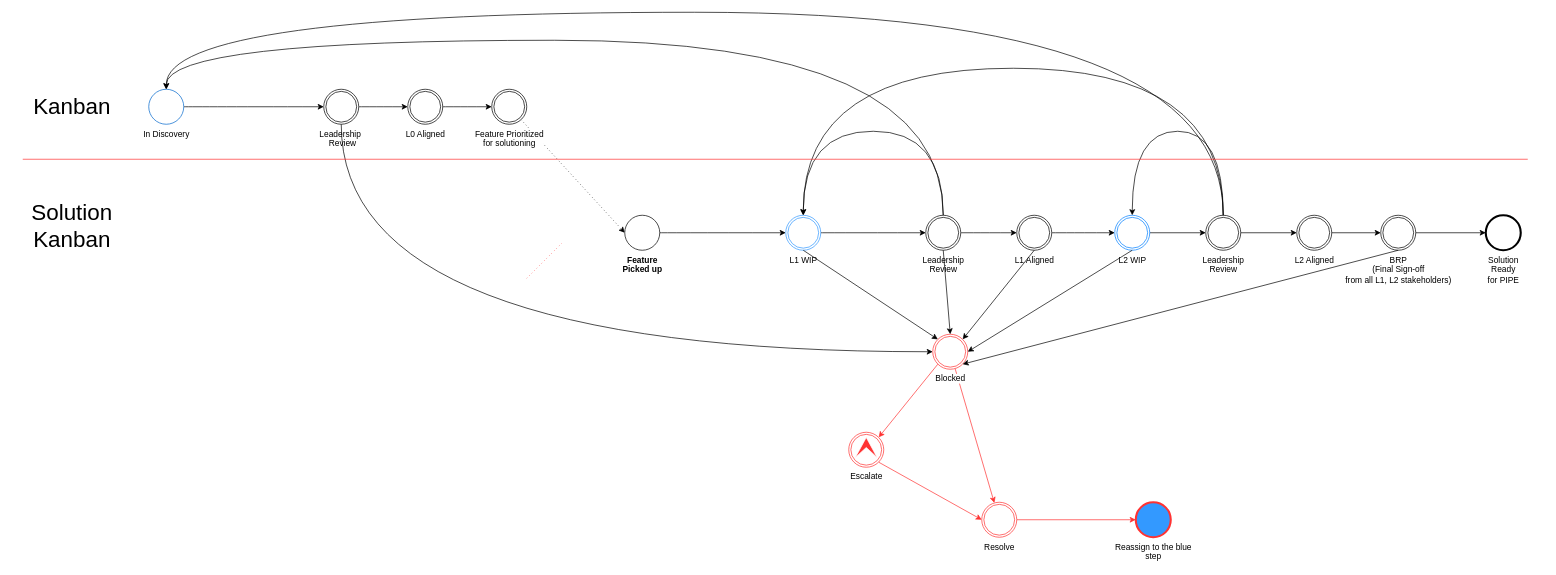
Above: State Diagram.drawio in gaurjain/drawio (draw.io), before the change. Source tidied: cells renumbered, new cells numbered last; positions are measured from the earlier drawing's top-left corner, leaving out a move shared by most shapes. Both pictures are drawn from the tidied source at 70%, with x=0, y=0 at pixel (22, 12).
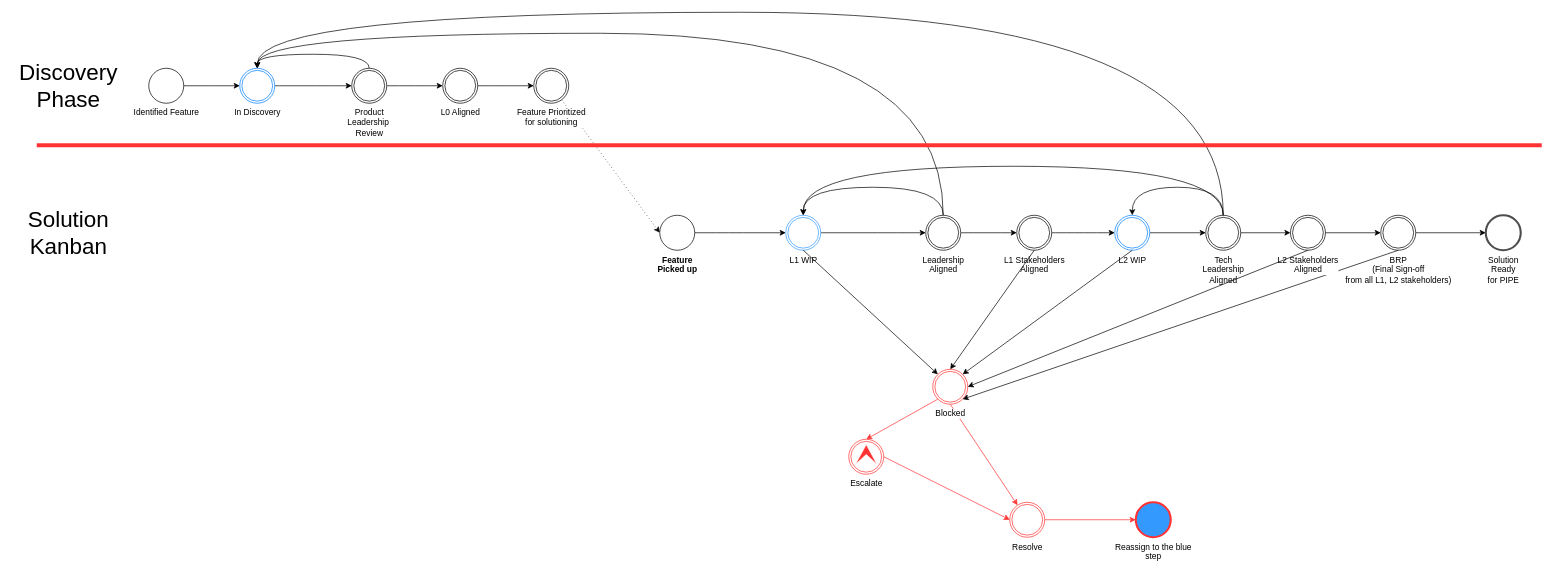
Above is the later version.

The change refers to these unchanged cells:
```xml
<mxCell id="7" value="L1 WIP" style="shape=mxgraph.bpmn.shape;html=1;verticalLabelPosition=bottom;labelBackgroundColor=#ffffff;verticalAlign=top;align=center;perimeter=ellipsePerimeter;outlineConnect=0;outline=throwing;symbol=general;strokeColor=#3399FF;" parent="1" vertex="1">
  <mxGeometry x="1090" y="290" width="50" height="50" as="geometry" />
</mxCell>
<mxCell id="14" value="L2 WIP" style="shape=mxgraph.bpmn.shape;html=1;verticalLabelPosition=bottom;labelBackgroundColor=#ffffff;verticalAlign=top;align=center;perimeter=ellipsePerimeter;outlineConnect=0;outline=throwing;symbol=general;strokeColor=#007FFF;" parent="1" vertex="1">
  <mxGeometry x="1560" y="290" width="50" height="50" as="geometry" />
</mxCell>
<mxCell id="32" value="BRP&lt;br&gt;(Final Sign-off&lt;br&gt;from all L1, L2 stakeholders)" style="shape=mxgraph.bpmn.shape;html=1;verticalLabelPosition=bottom;labelBackgroundColor=#ffffff;verticalAlign=top;align=center;perimeter=ellipsePerimeter;outlineConnect=0;outline=throwing;symbol=general;" parent="1" vertex="1">
  <mxGeometry x="1940" y="290" width="50" height="50" as="geometry" />
</mxCell>
```

What changed in the source:
```diff
@@
-    <mxCell id="2" style="edgeStyle=orthogonalEdgeStyle;rounded=0;jettySize=auto;html=1;entryX=0;entryY=0.5;entryDx=0;entryDy=0;curved=1;exitX=1;exitY=0.5;exitDx=0;exitDy=0;" parent="1" edge="1" source="3" target="5">
+    <mxCell id="2" style="edgeStyle=orthogonalEdgeStyle;rounded=0;jettySize=auto;html=1;entryX=0;entryY=0.5;entryDx=0;entryDy=0;curved=1;exitX=1;exitY=0.5;exitDx=0;exitDy=0;" parent="1" edge="1" source="50" target="5">
       <mxGeometry relative="1" as="geometry" />
     </mxCell>
-    <mxCell id="3" value="In Discovery" style="shape=mxgraph.bpmn.shape;html=1;verticalLabelPosition=bottom;labelBackgroundColor=#ffffff;verticalAlign=top;align=center;perimeter=ellipsePerimeter;outlineConnect=0;outline=standard;symbol=general;strokeColor=#0066CC;" parent="1" vertex="1">
-      <mxGeometry x="180" y="110" width="50" height="50" as="geometry" />
+    <mxCell id="3" value="Identified Feature" style="shape=mxgraph.bpmn.shape;html=1;verticalLabelPosition=bottom;labelBackgroundColor=#ffffff;verticalAlign=top;align=center;perimeter=ellipsePerimeter;outlineConnect=0;outline=standard;symbol=general;strokeColor=#000000;" parent="1" vertex="1">
+      <mxGeometry x="180" y="80" width="50" height="50" as="geometry" />
     </mxCell>
@@
-    <mxCell id="5" value="Leadership&amp;nbsp;&lt;br&gt;&amp;nbsp;Review" style="shape=mxgraph.bpmn.shape;html=1;verticalLabelPosition=bottom;labelBackgroundColor=#ffffff;verticalAlign=top;align=center;perimeter=ellipsePerimeter;outlineConnect=0;outline=throwing;symbol=general;" parent="1" vertex="1">
-      <mxGeometry x="430" y="110" width="50" height="50" as="geometry" />
+    <mxCell id="5" value="Product&lt;br&gt;Leadership&amp;nbsp;&lt;br&gt;Review" style="shape=mxgraph.bpmn.shape;html=1;verticalLabelPosition=bottom;labelBackgroundColor=#ffffff;verticalAlign=top;align=center;perimeter=ellipsePerimeter;outlineConnect=0;outline=throwing;symbol=general;" parent="1" vertex="1">
+      <mxGeometry x="470" y="80" width="50" height="50" as="geometry" />
     </mxCell>
@@
     <mxCell id="9" style="edgeStyle=orthogonalEdgeStyle;curved=1;rounded=0;jettySize=auto;html=1;entryX=0.5;entryY=0;entryDx=0;entryDy=0;exitX=0.5;exitY=0;exitDx=0;exitDy=0;" parent="1" edge="1" source="10" target="7">
       <mxGeometry relative="1" as="geometry">
         <Array as="points">
-          <mxPoint x="1315" y="170" />
-          <mxPoint x="1115" y="170" />
+          <mxPoint x="1315" y="250" />
+          <mxPoint x="1115" y="250" />
         </Array>
       </mxGeometry>
     </mxCell>
-    <mxCell id="10" value="Leadership&lt;br&gt;Review" style="shape=mxgraph.bpmn.shape;html=1;verticalLabelPosition=bottom;labelBackgroundColor=#ffffff;verticalAlign=top;align=center;perimeter=ellipsePerimeter;outlineConnect=0;outline=throwing;symbol=general;" parent="1" vertex="1">
+    <mxCell id="10" value="Leadership&lt;br&gt;Aligned" style="shape=mxgraph.bpmn.shape;html=1;verticalLabelPosition=bottom;labelBackgroundColor=#ffffff;verticalAlign=top;align=center;perimeter=ellipsePerimeter;outlineConnect=0;outline=throwing;symbol=general;" parent="1" vertex="1">
       <mxGeometry x="1290" y="290" width="50" height="50" as="geometry" />
     </mxCell>
@@
-    <mxCell id="12" value="L1 Aligned" style="shape=mxgraph.bpmn.shape;html=1;verticalLabelPosition=bottom;labelBackgroundColor=#ffffff;verticalAlign=top;align=center;perimeter=ellipsePerimeter;outlineConnect=0;outline=throwing;symbol=general;strokeColor=#000000;" parent="1" vertex="1">
+    <mxCell id="12" value="L1 Stakeholders&lt;br&gt;Aligned" style="shape=mxgraph.bpmn.shape;html=1;verticalLabelPosition=bottom;labelBackgroundColor=#ffffff;verticalAlign=top;align=center;perimeter=ellipsePerimeter;outlineConnect=0;outline=throwing;symbol=general;strokeColor=#000000;" parent="1" vertex="1">
       <mxGeometry x="1420" y="290" width="50" height="50" as="geometry" />
     </mxCell>
@@
     <mxCell id="16" value="L0 Aligned" style="shape=mxgraph.bpmn.shape;html=1;verticalLabelPosition=bottom;labelBackgroundColor=#ffffff;verticalAlign=top;align=center;perimeter=ellipsePerimeter;outlineConnect=0;outline=throwing;symbol=general;strokeColor=#000000;" parent="1" vertex="1">
-      <mxGeometry x="550" y="110" width="50" height="50" as="geometry" />
+      <mxGeometry x="600" y="80" width="50" height="50" as="geometry" />
     </mxCell>
-    <mxCell id="17" style="rounded=0;jettySize=auto;html=1;strokeColor=#FF3333;" parent="1" edge="1" source="18" target="29">
+    <mxCell id="17" style="rounded=0;jettySize=auto;html=1;strokeColor=#FF3333;exitX=0.5;exitY=1;exitDx=0;exitDy=0;" parent="1" edge="1" source="18" target="29">
       <mxGeometry relative="1" as="geometry" />
     </mxCell>
     <mxCell id="18" value="Blocked" style="shape=mxgraph.bpmn.shape;html=1;verticalLabelPosition=bottom;labelBackgroundColor=#ffffff;verticalAlign=top;align=center;perimeter=ellipsePerimeter;outlineConnect=0;outline=throwing;symbol=general;strokeColor=#FF3333;" parent="1" vertex="1">
-      <mxGeometry x="1300" y="460" width="50" height="50" as="geometry" />
+      <mxGeometry x="1300" y="510" width="50" height="50" as="geometry" />
     </mxCell>
-    <mxCell id="19" style="edgeStyle=orthogonalEdgeStyle;curved=1;rounded=0;jettySize=auto;html=1;entryX=0.5;entryY=0;entryDx=0;entryDy=0;exitX=0.5;exitY=0;exitDx=0;exitDy=0;" parent="1" edge="1" source="10" target="3">
+    <mxCell id="19" style="edgeStyle=orthogonalEdgeStyle;curved=1;rounded=0;jettySize=auto;html=1;entryX=0.5;entryY=0;entryDx=0;entryDy=0;exitX=0.5;exitY=0;exitDx=0;exitDy=0;" parent="1" edge="1" source="10" target="50">
       <mxGeometry relative="1" as="geometry">
         <Array as="points">
-          <mxPoint x="1315" y="40" />
-          <mxPoint x="205" y="40" />
+          <mxPoint x="1315" y="30" />
+          <mxPoint x="335" y="30" />
         </Array>
       </mxGeometry>
     </mxCell>
@@
-    <mxCell id="21" style="rounded=0;jettySize=auto;html=1;entryX=0.5;entryY=0;entryDx=0;entryDy=0;exitX=0.5;exitY=1;exitDx=0;exitDy=0;" parent="1" edge="1" source="10" target="18">
-      <mxGeometry relative="1" as="geometry" />
-    </mxCell>
-    <mxCell id="22" style="rounded=0;jettySize=auto;html=1;entryX=0.855;entryY=0.145;entryDx=0;entryDy=0;exitX=0.5;exitY=1;exitDx=0;exitDy=0;entryPerimeter=0;" parent="1" edge="1" source="12" target="18">
+    <mxCell id="22" style="rounded=0;jettySize=auto;html=1;entryX=0.5;entryY=0;entryDx=0;entryDy=0;exitX=0.5;exitY=1;exitDx=0;exitDy=0;" parent="1" edge="1" source="12" target="18">
       <mxGeometry relative="1" as="geometry" />
     </mxCell>
-    <mxCell id="23" style="rounded=0;jettySize=auto;html=1;entryX=1;entryY=0.5;entryDx=0;entryDy=0;exitX=0.5;exitY=1;exitDx=0;exitDy=0;" parent="1" edge="1" source="14" target="18">
+    <mxCell id="23" style="rounded=0;jettySize=auto;html=1;entryX=0.855;entryY=0.145;entryDx=0;entryDy=0;exitX=0.5;exitY=1;exitDx=0;exitDy=0;entryPerimeter=0;" parent="1" edge="1" source="14" target="18">
       <mxGeometry relative="1" as="geometry" />
     </mxCell>
-    <mxCell id="24" style="rounded=0;jettySize=auto;html=1;entryX=0;entryY=0.5;entryDx=0;entryDy=0;exitX=0.5;exitY=1;exitDx=0;exitDy=0;edgeStyle=orthogonalEdgeStyle;curved=1;" parent="1" edge="1" source="5" target="18">
-      <mxGeometry relative="1" as="geometry" />
+    <mxCell id="24" style="rounded=0;jettySize=auto;html=1;entryX=0.5;entryY=0;entryDx=0;entryDy=0;exitX=0.5;exitY=0;exitDx=0;exitDy=0;edgeStyle=orthogonalEdgeStyle;curved=1;" parent="1" edge="1" source="5" target="50">
+      <mxGeometry relative="1" as="geometry">
+        <Array as="points">
+          <mxPoint x="495" y="60" />
+          <mxPoint x="335" y="60" />
+        </Array>
+      </mxGeometry>
     </mxCell>
@@
-    <mxCell id="26" value="Leadership&lt;br&gt;Review" style="shape=mxgraph.bpmn.shape;html=1;verticalLabelPosition=bottom;labelBackgroundColor=#ffffff;verticalAlign=top;align=center;perimeter=ellipsePerimeter;outlineConnect=0;outline=throwing;symbol=general;" parent="1" vertex="1">
+    <mxCell id="26" value="Tech&lt;br&gt;Leadership&lt;br&gt;Aligned" style="shape=mxgraph.bpmn.shape;html=1;verticalLabelPosition=bottom;labelBackgroundColor=#ffffff;verticalAlign=top;align=center;perimeter=ellipsePerimeter;outlineConnect=0;outline=throwing;symbol=general;" parent="1" vertex="1">
       <mxGeometry x="1690" y="290" width="50" height="50" as="geometry" />
     </mxCell>
     <mxCell id="27" style="edgeStyle=orthogonalEdgeStyle;curved=1;rounded=0;jettySize=auto;html=1;entryX=0.5;entryY=0;entryDx=0;entryDy=0;exitX=0.5;exitY=0;exitDx=0;exitDy=0;" parent="1" edge="1" source="26" target="7">
       <mxGeometry relative="1" as="geometry">
         <Array as="points">
-          <mxPoint x="1715" y="80" />
-          <mxPoint x="1115" y="80" />
+          <mxPoint x="1715" y="220" />
+          <mxPoint x="1115" y="220" />
         </Array>
       </mxGeometry>
     </mxCell>
@@
     <mxCell id="29" value="Resolve" style="shape=mxgraph.bpmn.shape;html=1;verticalLabelPosition=bottom;labelBackgroundColor=#ffffff;verticalAlign=top;align=center;perimeter=ellipsePerimeter;outlineConnect=0;outline=throwing;symbol=general;strokeColor=#FF3333;" parent="1" vertex="1">
-      <mxGeometry x="1370" y="700" width="50" height="50" as="geometry" />
+      <mxGeometry x="1410" y="700" width="50" height="50" as="geometry" />
     </mxCell>
-    <mxCell id="30" style="edgeStyle=orthogonalEdgeStyle;curved=1;rounded=0;jettySize=auto;html=1;entryX=0.5;entryY=0;entryDx=0;entryDy=0;exitX=0.5;exitY=0;exitDx=0;exitDy=0;" parent="1" edge="1" source="26" target="3">
+    <mxCell id="30" style="edgeStyle=orthogonalEdgeStyle;curved=1;rounded=0;jettySize=auto;html=1;entryX=0.5;entryY=0;entryDx=0;entryDy=0;exitX=0.5;exitY=0;exitDx=0;exitDy=0;" parent="1" edge="1" source="26" target="50">
       <mxGeometry relative="1" as="geometry">
         <Array as="points">
           <mxPoint x="1715" />
-          <mxPoint x="205" />
+          <mxPoint x="335" />
         </Array>
       </mxGeometry>
     </mxCell>
@@
     <mxCell id="33" style="edgeStyle=orthogonalEdgeStyle;curved=1;rounded=0;jettySize=auto;html=1;entryX=0.5;entryY=0;entryDx=0;entryDy=0;exitX=0.5;exitY=0;exitDx=0;exitDy=0;" parent="1" edge="1" source="26" target="14">
       <mxGeometry relative="1" as="geometry">
         <Array as="points">
-          <mxPoint x="1715" y="170" />
-          <mxPoint x="1585" y="170" />
+          <mxPoint x="1715" y="250" />
+          <mxPoint x="1585" y="250" />
         </Array>
       </mxGeometry>
     </mxCell>
-    <mxCell id="34" value="Solution&lt;br&gt;Ready&lt;br&gt;for PIPE" style="shape=mxgraph.bpmn.shape;html=1;verticalLabelPosition=bottom;labelBackgroundColor=#ffffff;verticalAlign=top;align=center;perimeter=ellipsePerimeter;outlineConnect=0;outline=end;symbol=general;" parent="1" vertex="1">
+    <mxCell id="34" value="Solution&lt;br&gt;Ready&lt;br&gt;for PIPE" style="shape=mxgraph.bpmn.shape;html=1;verticalLabelPosition=bottom;labelBackgroundColor=#ffffff;verticalAlign=top;align=center;perimeter=ellipsePerimeter;outlineConnect=0;outline=end;symbol=general;strokeColor=#4D4D4D;" parent="1" vertex="1">
       <mxGeometry x="2090" y="290" width="50" height="50" as="geometry" />
     </mxCell>
-    <mxCell id="35" style="rounded=0;jettySize=auto;html=1;entryX=0.855;entryY=0.855;entryDx=0;entryDy=0;exitX=0.5;exitY=1;exitDx=0;exitDy=0;entryPerimeter=0;" parent="1" edge="1" source="32" target="18">
+    <mxCell id="35" style="rounded=0;jettySize=auto;html=1;exitX=0.5;exitY=1;exitDx=0;exitDy=0;entryX=0.855;entryY=0.855;entryDx=0;entryDy=0;entryPerimeter=0;" parent="1" edge="1" source="32" target="18">
       <mxGeometry relative="1" as="geometry" />
     </mxCell>
-    <mxCell id="36" value="L2 Aligned" style="shape=mxgraph.bpmn.shape;html=1;verticalLabelPosition=bottom;labelBackgroundColor=#ffffff;verticalAlign=top;align=center;perimeter=ellipsePerimeter;outlineConnect=0;outline=throwing;symbol=general;" parent="1" vertex="1">
-      <mxGeometry x="1820" y="290" width="50" height="50" as="geometry" />
+    <mxCell id="36" value="L2 Stakeholders&lt;br&gt;Aligned" style="shape=mxgraph.bpmn.shape;html=1;verticalLabelPosition=bottom;labelBackgroundColor=#ffffff;verticalAlign=top;align=center;perimeter=ellipsePerimeter;outlineConnect=0;outline=throwing;symbol=general;" parent="1" vertex="1">
+      <mxGeometry x="1811" y="290" width="50" height="50" as="geometry" />
     </mxCell>
-    <mxCell id="37" style="edgeStyle=none;rounded=0;jettySize=auto;html=1;entryX=0;entryY=0.5;entryDx=0;entryDy=0;exitX=0.855;exitY=0.855;exitDx=0;exitDy=0;strokeColor=#FF3333;exitPerimeter=0;" parent="1" edge="1" source="38" target="29">
+    <mxCell id="37" style="rounded=0;jettySize=auto;html=1;entryX=0;entryY=0.5;entryDx=0;entryDy=0;exitX=1;exitY=0.5;exitDx=0;exitDy=0;strokeColor=#FF3333;" parent="1" edge="1" source="38" target="29">
       <mxGeometry relative="1" as="geometry" />
     </mxCell>
     <mxCell id="38" value="Escalate" style="shape=mxgraph.bpmn.shape;html=1;verticalLabelPosition=bottom;labelBackgroundColor=#ffffff;verticalAlign=top;align=center;perimeter=ellipsePerimeter;outlineConnect=0;outline=throwing;symbol=escalation;strokeColor=#FF3333;" parent="1" vertex="1">
-      <mxGeometry x="1180" y="600" width="50" height="50" as="geometry" />
+      <mxGeometry x="1180" y="610" width="50" height="50" as="geometry" />
     </mxCell>
-    <mxCell id="39" style="rounded=0;jettySize=auto;html=1;exitX=0.145;exitY=0.855;exitDx=0;exitDy=0;exitPerimeter=0;entryX=0.855;entryY=0.145;entryDx=0;entryDy=0;entryPerimeter=0;strokeColor=#FF3333;" parent="1" edge="1" source="18" target="38">
+    <mxCell id="39" style="rounded=0;jettySize=auto;html=1;exitX=0.145;exitY=0.855;exitDx=0;exitDy=0;exitPerimeter=0;entryX=0.5;entryY=0;entryDx=0;entryDy=0;strokeColor=#FF3333;" parent="1" edge="1" source="18" target="38">
       <mxGeometry relative="1" as="geometry" />
     </mxCell>
@@
     <mxCell id="42" value="Feature Prioritized&lt;br&gt;for solutioning" style="shape=mxgraph.bpmn.shape;html=1;verticalLabelPosition=bottom;labelBackgroundColor=#ffffff;verticalAlign=top;align=center;perimeter=ellipsePerimeter;outlineConnect=0;outline=throwing;symbol=general;strokeColor=#000000;" parent="1" vertex="1">
-      <mxGeometry x="670" y="110" width="50" height="50" as="geometry" />
+      <mxGeometry x="730" y="80" width="50" height="50" as="geometry" />
     </mxCell>
@@
     <mxCell id="44" value="&lt;b&gt;Feature&lt;br&gt;Picked up&lt;/b&gt;" style="shape=mxgraph.bpmn.shape;html=1;verticalLabelPosition=bottom;labelBackgroundColor=#ffffff;verticalAlign=top;align=center;perimeter=ellipsePerimeter;outlineConnect=0;outline=standard;symbol=general;" parent="1" vertex="1">
-      <mxGeometry x="860" y="290" width="50" height="50" as="geometry" />
+      <mxGeometry x="910" y="290" width="50" height="50" as="geometry" />
     </mxCell>
@@
-    <mxCell id="46" style="endArrow=none;dashed=1;html=1;dashPattern=1 4;strokeColor=#FF3333;" parent="1" edge="1">
-      <mxGeometry relative="1" as="geometry">
-        <mxPoint x="720" y="380" as="sourcePoint" />
-        <mxPoint x="770" y="330" as="targetPoint" />
-      </mxGeometry>
-    </mxCell>
-    <mxCell id="47" style="endArrow=none;html=1;strokeColor=#FF3333;" parent="1" edge="1">
+    <mxCell id="47" style="endArrow=none;html=1;strokeColor=#FF3333;strokeWidth=6;" parent="1" edge="1">
       <mxGeometry relative="1" as="geometry">
-        <mxPoint y="210" as="sourcePoint" />
-        <mxPoint x="2150" y="210" as="targetPoint" />
+        <mxPoint x="20" y="190" as="sourcePoint" />
+        <mxPoint x="2170" y="190" as="targetPoint" />
       </mxGeometry>
     </mxCell>
     <mxCell id="48" value="&lt;font style=&quot;font-size: 32px&quot;&gt;Solution&lt;br&gt;Kanban&lt;br&gt;&lt;/font&gt;" style="text;html=1;align=center;verticalAlign=middle;" parent="1" vertex="1">
-      <mxGeometry x="5" y="280" width="130" height="50" as="geometry" />
+      <mxGeometry y="290" width="130" height="50" as="geometry" />
     </mxCell>
-    <mxCell id="49" value="&lt;font style=&quot;font-size: 32px&quot;&gt;Kanban&lt;/font&gt;" style="text;html=1;align=center;verticalAlign=middle;" parent="1" vertex="1">
-      <mxGeometry x="5" y="120" width="130" height="30" as="geometry" />
-    </mxCell>
+    <mxCell id="50" value="In Discovery" style="shape=mxgraph.bpmn.shape;html=1;verticalLabelPosition=bottom;labelBackgroundColor=#ffffff;verticalAlign=top;align=center;perimeter=ellipsePerimeter;outlineConnect=0;outline=throwing;symbol=general;strokeColor=#007FFF;" parent="1" vertex="1">
+      <mxGeometry x="310" y="80" width="50" height="50" as="geometry" />
+    </mxCell>
+    <mxCell id="51" style="edgeStyle=orthogonalEdgeStyle;rounded=0;jettySize=auto;html=1;curved=1;exitX=1;exitY=0.5;exitDx=0;exitDy=0;" parent="1" edge="1" source="3">
+      <mxGeometry relative="1" as="geometry">
+        <mxPoint x="310" y="105" as="targetPoint" />
+      </mxGeometry>
+    </mxCell>
+    <mxCell id="52" style="rounded=0;jettySize=auto;html=1;entryX=1;entryY=0.5;entryDx=0;entryDy=0;exitX=0.5;exitY=1;exitDx=0;exitDy=0;" parent="1" edge="1" source="36" target="18">
+      <mxGeometry relative="1" as="geometry" />
+    </mxCell>
+    <mxCell id="53" value="&lt;font style=&quot;font-size: 32px&quot;&gt;Discovery&lt;br&gt;Phase&lt;br&gt;&lt;/font&gt;" style="text;html=1;align=center;verticalAlign=middle;" parent="1" vertex="1">
+      <mxGeometry x="-15" y="80" width="160" height="50" as="geometry" />
+    </mxCell>
```
